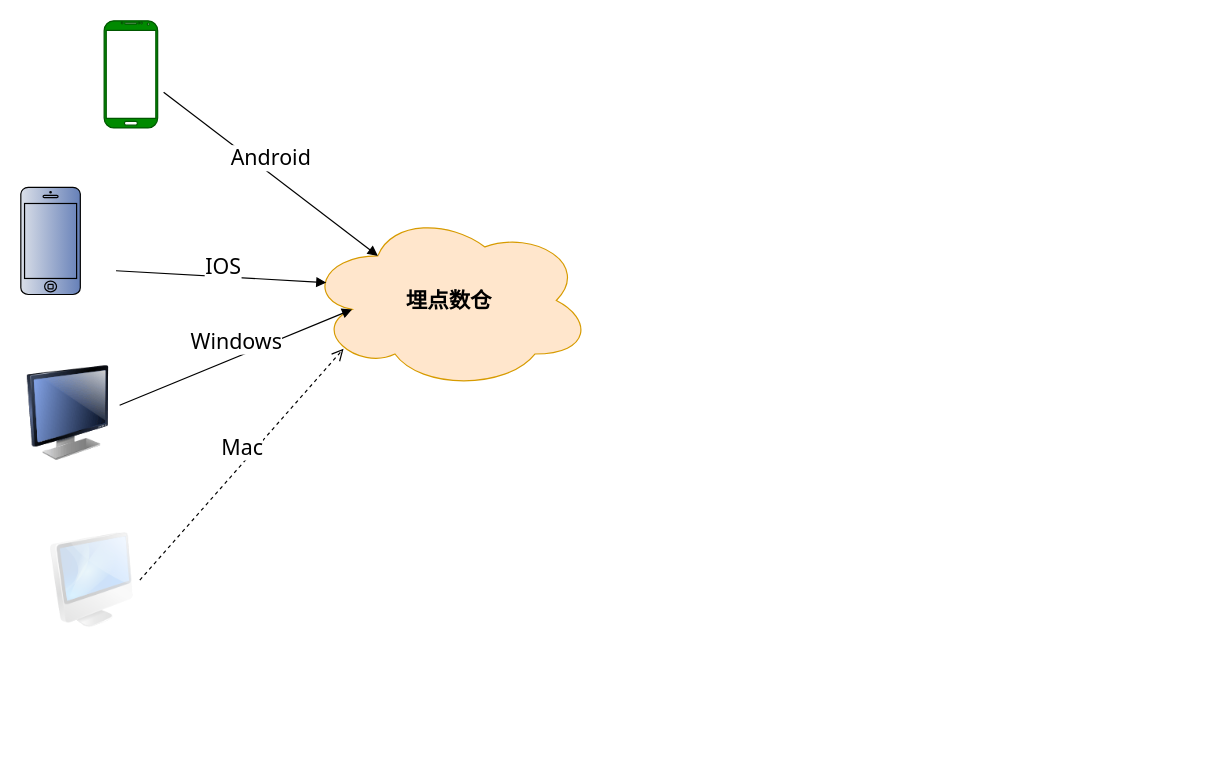
Earlier version of the draw.io diagram test.drawio (XXXShaoZi/test_file). Source tidied: cells renumbered, new cells numbered last; positions are measured from the earlier drawing's top-left corner, leaving out a move shared by most shapes. Both pictures are drawn from the tidied source at 119%, with x=0, y=0 at pixel (20, 20).
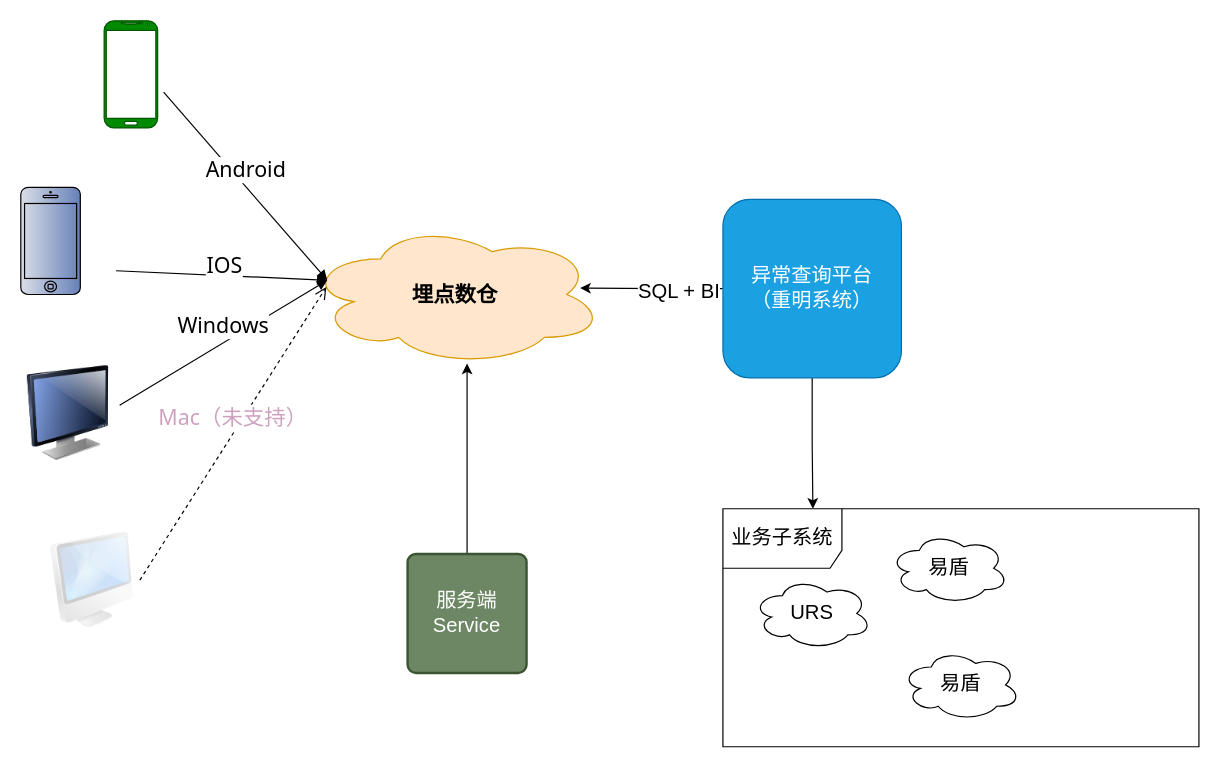
The same diagram, later.

Unchanged cells that the change refers to:
```xml
<mxCell id="3" style="image;html=1;image=img/lib/clip_art/computers/iMac_128x128.png;fillStyle=solid;fontFamily=Tahoma;fontSize=18;fillColor=#D5E8D4;opacity=20;" parent="1" vertex="1">
  <mxGeometry x="20" y="430" width="80" height="80" as="geometry" />
</mxCell>
<mxCell id="8" style="image;html=1;image=img/lib/clip_art/computers/Monitor_128x128.png;fillStyle=solid;fontFamily=Tahoma;fontSize=18;fillColor=#D5E8D4;" parent="1" vertex="1">
  <mxGeometry y="290" width="80" height="80" as="geometry" />
</mxCell>
```

Change to the diagram source:
```diff
@@
     <mxCell id="2" value="埋点数仓" style="ellipse;shape=cloud;whiteSpace=wrap;html=1;fillColor=#ffe6cc;strokeColor=#d79b00;fontStyle=1;fontSize=18;fontFamily=Tahoma;" parent="1" vertex="1">
-      <mxGeometry x="240" y="160" width="240" height="150" as="geometry" />
+      <mxGeometry x="240" y="170" width="250" height="120" as="geometry" />
     </mxCell>
@@
-    <mxCell id="4" value="Android" style="html=1;verticalAlign=bottom;endArrow=block;rounded=0;fontFamily=Tahoma;fontSize=18;exitX=1;exitY=0.5;exitDx=0;exitDy=0;entryX=0.25;entryY=0.25;entryDx=0;entryDy=0;entryPerimeter=0;" parent="1" edge="1" target="2">
+    <mxCell id="4" value="Android" style="html=1;verticalAlign=bottom;endArrow=block;rounded=0;fontFamily=Tahoma;fontSize=18;exitX=1;exitY=0.5;exitDx=0;exitDy=0;entryX=0.07;entryY=0.4;entryDx=0;entryDy=0;entryPerimeter=0;" parent="1" edge="1" target="2">
       <mxGeometry relative="1" as="geometry">
         <mxPoint x="120" y="60" as="sourcePoint" />
       </mxGeometry>
     </mxCell>
@@
-    <mxCell id="9" value="Windows" style="html=1;verticalAlign=bottom;endArrow=block;rounded=0;fontFamily=Tahoma;fontSize=18;exitX=1.038;exitY=0.413;exitDx=0;exitDy=0;exitPerimeter=0;entryX=0.16;entryY=0.55;entryDx=0;entryDy=0;entryPerimeter=0;" parent="1" edge="1" source="8" target="2">
+    <mxCell id="9" value="Windows" style="html=1;verticalAlign=bottom;endArrow=block;rounded=0;fontFamily=Tahoma;fontSize=18;exitX=1.038;exitY=0.413;exitDx=0;exitDy=0;exitPerimeter=0;entryX=0.07;entryY=0.4;entryDx=0;entryDy=0;entryPerimeter=0;" parent="1" edge="1" source="8" target="2">
       <mxGeometry relative="1" as="geometry" />
     </mxCell>
-    <mxCell id="10" value="Mac" style="html=1;verticalAlign=bottom;endArrow=open;dashed=1;endSize=8;rounded=0;fontFamily=Tahoma;fontSize=18;entryX=0.13;entryY=0.77;entryDx=0;entryDy=0;entryPerimeter=0;exitX=1;exitY=0.5;exitDx=0;exitDy=0;" parent="1" edge="1" source="3" target="2">
+    <mxCell id="10" value="&lt;font color=&quot;#cda2be&quot;&gt;Mac（未支持）&lt;/font&gt;" style="html=1;verticalAlign=bottom;endArrow=open;dashed=1;endSize=8;rounded=0;fontFamily=Tahoma;fontSize=18;exitX=1;exitY=0.5;exitDx=0;exitDy=0;entryX=0.067;entryY=0.447;entryDx=0;entryDy=0;entryPerimeter=0;" parent="1" edge="1" source="3" target="2">
       <mxGeometry relative="1" as="geometry" />
     </mxCell>
+    <mxCell id="11" style="edgeStyle=orthogonalEdgeStyle;rounded=0;jettySize=auto;html=1;exitX=0.5;exitY=1;exitDx=0;exitDy=0;entryX=0.189;entryY=0;entryDx=0;entryDy=0;entryPerimeter=0;fontSize=17;fontColor=#000000;" parent="1" edge="1" source="14" target="15">
+      <mxGeometry relative="1" as="geometry" />
+    </mxCell>
+    <mxCell id="12" style="edgeStyle=orthogonalEdgeStyle;rounded=0;jettySize=auto;html=1;exitX=0;exitY=0.5;exitDx=0;exitDy=0;fontSize=17;fontColor=#000000;entryX=0.92;entryY=0.455;entryDx=0;entryDy=0;entryPerimeter=0;" parent="1" edge="1" source="14" target="2">
+      <mxGeometry relative="1" as="geometry" />
+    </mxCell>
+    <mxCell id="13" value="SQL + BI" style="edgeLabel;html=1;align=center;verticalAlign=middle;fontSize=17;fontColor=#000000;" parent="12" vertex="1">
+      <mxGeometry x="-0.2" y="2" relative="1" as="geometry">
+        <mxPoint x="10" as="offset" />
+      </mxGeometry>
+    </mxCell>
+    <mxCell id="14" value="异常查询平台&lt;br&gt;（重明系统）" style="rounded=1;whiteSpace=wrap;html=1;fontSize=17;fontColor=#ffffff;fillColor=#1ba1e2;strokeColor=#006EAF;" parent="1" vertex="1">
+      <mxGeometry x="590" y="150" width="150" height="150" as="geometry" />
+    </mxCell>
+    <mxCell id="15" value="业务子系统" style="shape=umlFrame;whiteSpace=wrap;html=1;fontSize=17;fontColor=#000000;width=100;height=50;" parent="1" vertex="1">
+      <mxGeometry x="590" y="410" width="400" height="200" as="geometry" />
+    </mxCell>
+    <mxCell id="16" style="edgeStyle=orthogonalEdgeStyle;rounded=0;jettySize=auto;html=1;exitX=0.5;exitY=0;exitDx=0;exitDy=0;fontSize=17;fontColor=#000000;" parent="1" edge="1" source="17">
+      <mxGeometry relative="1" as="geometry">
+        <mxPoint x="375" y="288" as="targetPoint" />
+      </mxGeometry>
+    </mxCell>
+    <mxCell id="17" value="服务端&lt;br&gt;Service" style="rounded=1;whiteSpace=wrap;html=1;absoluteArcSize=1;arcSize=14;strokeWidth=2;fontSize=17;fontColor=#ffffff;fillColor=#6d8764;strokeColor=#3A5431;" parent="1" vertex="1">
+      <mxGeometry x="325" y="448" width="100" height="100" as="geometry" />
+    </mxCell>
+    <mxCell id="18" value="URS" style="ellipse;shape=cloud;whiteSpace=wrap;html=1;align=center;fontSize=17;fontColor=#000000;" parent="1" vertex="1">
+      <mxGeometry x="615" y="468" width="100" height="60" as="geometry" />
+    </mxCell>
+    <mxCell id="19" value="易盾" style="ellipse;shape=cloud;whiteSpace=wrap;html=1;align=center;fontSize=17;fontColor=#000000;" parent="1" vertex="1">
+      <mxGeometry x="730" y="430" width="100" height="60" as="geometry" />
+    </mxCell>
+    <mxCell id="20" value="易盾" style="ellipse;shape=cloud;whiteSpace=wrap;html=1;align=center;fontSize=17;fontColor=#000000;" parent="1" vertex="1">
+      <mxGeometry x="740" y="528" width="100" height="60" as="geometry" />
+    </mxCell>
```
